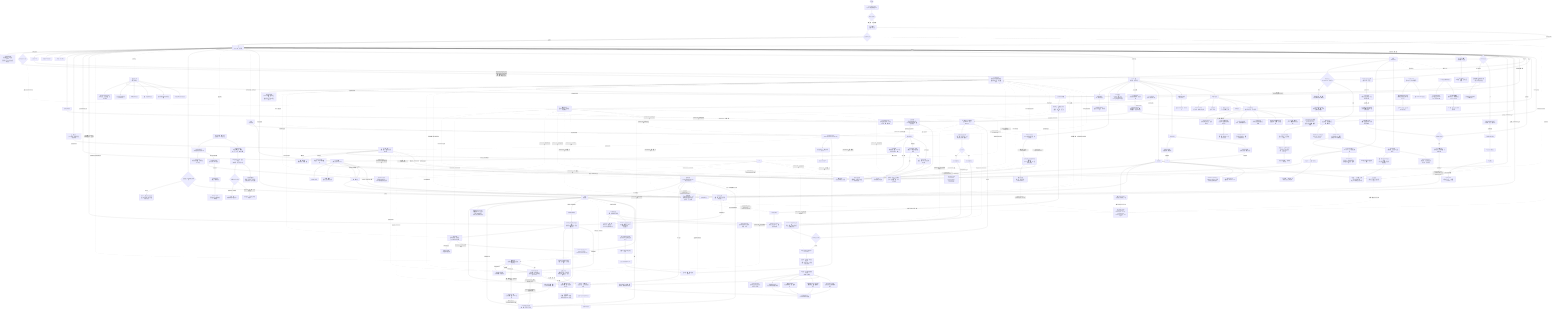
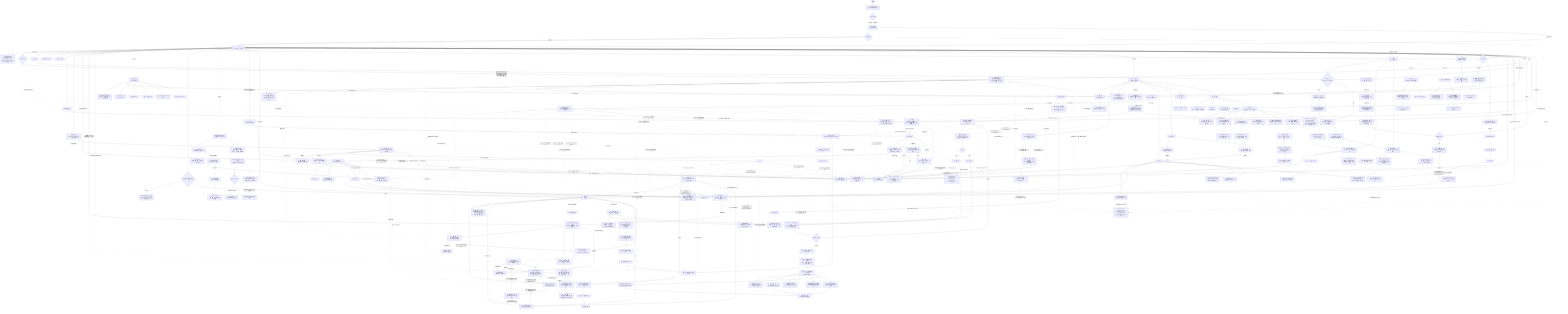
flowchart TD
    %% Visual source of truth: docs/design/WeatherON_UI_Design_Spec.md
    %% If this flowchart conflicts with mockups or the integrated design spec, follow the mockup/spec.
    A([앱 실행]) --> LANG["기기 언어 자동 적용<br/>ko/ja/en 지원 · 미지원 시 en"]
    LANG --> B{최초 실행 여부}
    B -->|최초 실행| SPLASH["A1 스플래시<br/>브랜드 1회 노출"]
    SPLASH --> TOKEN{유효 계정 토큰?}
    TOKEN -->|없음| D["홈<br/>(Guest 모드 · 하단 탭)"]
    TOKEN -->|있음| D
    TOKEN -.->|계정·권한·구독 복원| SESSION["SESSION STATE<br/>accountLinked · permissionReady · locationReady · premiumActive"]
    TOKEN -.->|설정 복원| SETTINGS["SETTINGS STATE<br/>styleProfileSaved · selectedStyles · fit · age · locationManaged<br/>smartCareEnabled · alert toggles"]
    SPLASH -->|프리뷰 홈 이동| D
    D --> NAV3["현재 런치 표면<br/>하단 탭 H1 홈 · G1 출발 · M1 MY<br/>확장 라우트는 구현 보존 · 런치 숨김"]
    D --> AUTHGATE{계정 필요 기능 탭?}
    AUTHGATE -->|계정 연결·코디 저장·옷장 저장·장소 저장·알림 추가·여행 저장·프리미엄·Weather Note 작성·날씨 제보 저장| AUTH2["A2 계정 연결<br/>계정 환경 기반 자동추천<br/>국가 선택 미노출 · 다른 방법 보기"]
    AUTH2 --> AUTH2s["계정 연결 상태<br/>(Route State에 호출 액션 유지<br/>검증용 정보는 실제 UI 비노출)"]
    AUTH2 -->|로그인 수단 선택| AUTH3["A3 약관 동의<br/>(필수 3종 + 선택 1종)"]
    AUTH2 -->|나중에| D
    AUTH3 -->|동의하고 계속| AUTH3s["계정 설정 완료<br/>(필수 약관 완료 · 원래 기능 복귀 예정)"]
    AUTH3 -->|일반 계정 연결 완료| D
    AUTH3s -.->|accountLinked 유지| SESSION
    AUTH3s -.->|실제 구현 원래 액션 복귀| AUTHGATE
    AUTH3s -.->|pendingAction=프리미엄 진입| SUB
    AUTH3s -.->|returnTo=P1 · resumeSave| P1s
    D -->|선택 온보딩| C[온보딩 시작]
    C --> CSTART["O1 선택 온보딩 스플래시<br/>(온보딩 시작 / 홈으로)"]
    CSTART -->|온보딩 시작| C0["온보딩 소개<br/>(4대 기능 한눈 비교 + 기능별 상세 안내)"]
    CSTART -->|홈으로| D
    C0 -->|알림 기준 보기| C4
    C2["O3 권한 복구<br/>(설정 진입 시 필요한 권한만 재요청)"]
    C2 -->|허용 또는 나중에 설정| C2s
    C2 -->|위치 거부| C1d["위치 거부 상태<br/>검색 위치·앱 내 안내 유지"]
    C2 -->|알림 거부| C2d["알림 거부 상태<br/>푸시 제한 · M2/M3에서 재요청"]
    C2s -.->|locationReady · permissionReady 유지| SESSION
    C2s -.->|기능별 권한 복구 완료| AUTH3s
    C3["스타일 태그·코디 핏·추천 연령대 선택<br/>(MVP 온보딩 제외 · MY 설정 진입 전용)"]
    C3 --> C3s["추천 기준 상태<br/>(태그 수 · 핏 · 연령대 · READY/WAIT)"]
    C3s -.->|styleProfileSaved · selectedStyles · fit · age| SETTINGS
    C4["O5 스마트 알림 기준 설정<br/>(주 사용 상황 1개 선택 + 자동 적용 요약)"]
    C4 --> C4s["알아서 챙기기 상태<br/>(상황 · 필수 날씨 ON · 목적지 확장 예정)"]
    C4s --> C5{목적지 등록 선택}
    C5 -->|건너뛰기| D
    C5 -->|등록| C6["O6 목적지 등록<br/>(선택 설정 + 목적지 알림 기준 세분화)"]
    C6 -->|목적지 등록| I
    B -->|기존 사용자| SPLASH

    D --> D1[현재 날씨 정보 표시]
    D --> D2["시간별 / 주간 예보"]
    D --> D3[위치 검색 · 변경]
    D3 --> D3s["LOCATION STATE<br/>선택 위치 · 검색어 · Guest 임시 검색 · 계정 저장 상태"]
    D3s -.->|새 위치 저장| AUTH2
    AUTH3s -.->|returnTo=H2 · 위치 저장 완료| D3s
    D3s --> D
    D --> D0s["홈 상태 요약<br/>(Guest 열람 · 위치 정상 · 알림 설정 전)"]
    D0s -->|알림 설정 전 탭| C2
    D -->|홈 코디 추천 카드 탭| E1
    D -->|홈 목적지 quick-action<br/>목적지 있음 G2 · 없음 P1| P1
    D -.->|목적지 허브 확장 · 런치 숨김| P3
    D -.->|벨 아이콘| K["알림 사이드바<br/>(우측 슬라이드)"]
    K --> Ks["NOTIFICATION STATE<br/>선택 알림 · 읽음/미읽음 · 딥링크 대상"]
    K -->|우산 추천 알림 탭| F

    D --> D4{강수 확률 높음?}
    D4 -->|예 + 미확인| D5["홈 화면에 우산 추천 카드 표시<br/>(실시간 의사결정 카드)"]
    D5 --> D5a["우산 추천 푸시/알림 이력<br/>(H3에 보관)"]
    D5 -->|카드 탭 · umbrellaSignalReviewed| F[우산 추천 상세 화면]
    F --> F1["추천 이유 · 시간대별 강수확률<br/>(강수량 · 지속시간 · 풍속 기준)"]
    F1 --> F2[우산 종류 비교]
    F2 --> Fs["UMBRELLA STATE<br/>추천 우산 · 강수 시간 · 알림 설정 전/준비"]
    F2 -.->|알림 설정 바로가기<br/>returnTo=H4 · alertFocus=umbrella| M2b
    M2b -.->|뒤로 · 알림 준비 반영| F2
    F -.->|열람 후 홈 복귀| D5b["홈 우산 카드는 숨김<br/>H3 알림 이력은 유지"]
    D5b --> D
    D4 -->|아니오| D

    D4 -->|예| D4a["강수 임박 필수 알림 발송<br/>(시작 시각 · 강도 · 그칠 시각)"]
    D4a -->|푸시알림 탭| D4b[강수 타임라인 화면]
    D4b --> D4c["30분 단위 강수량 차트"]
    D4c --> D4d[외출 가이드]
    D4d --> D4s["RAIN STATE<br/>시작/종료 시각 · 그침 알림 ON/OFF"]
    D4d -.->|알림 설정 바로가기<br/>returnTo=H5 · alertFocus=rain| M2c
    M2c -.->|뒤로 · 그침 알림 준비 반영| D4d

    D --> D6{알림 발송 시 목적지 등록 여부}
    D6 -->|미등록| D6a["Mode A: 생활 루틴 통합 알림<br/>(출근/외출 준비 + 자기 전 체크 자동 발송)"]
    D6 -->|등록함| I

    K --> K1["오늘의 외출 준비 알림<br/>(Mode A/B)"]
    K --> K2[비 예보 사전 알림]
    K --> K3["출발 · 신발 추천 알림"]
    K --> K4["자기 전 내일 날씨·코디 확인 알림"]
    K --> K5["폭염·한파·강풍 특보 알림"]

    D -.->|제보 버튼| CWR["커뮤니티 날씨 제보 CWR<br/>(홈 화면 · v2.0 · 독립 기능)"]
    CWR --> W1["W1 날씨 제보 홈<br/>(주변 제보 카드 · 보조 CTA)"]
    W1 --> W1s["CWR STATE<br/>미확정 주변 제보 · 상세 확인 · W2 진입"]
    W1 -->|지금 날씨 제보하기| W2["W2 탭 제보 화면<br/>(날씨 선택 · GPS 자동)"]
    W2 --> W2s["REPORT STATE<br/>선택 대기 · 위치 권한 · Guest/계정 제보 · 완료 처리"]
    W2s -.->|위치 권한 필요 · pendingAction=날씨 제보 저장| C2
    W2s -.->|배지/이력 저장| AUTH2
    C2s -.->|returnTo=W2 · GPS 제보 준비| W2s
    AUTH3s -.->|returnTo=W2 · 배지/이력 반영| W2s
    W2 -->|제보하기| W3["W3 제보 완료<br/>(신뢰도 · 배지 갱신)"]
    W3 --> W3s["BADGE STATE<br/>확정 제보 · 홈 오버레이 · 기여 레벨"]
    M --> W4["W4 제보 이력<br/>(MY · 반영 리포트)"]
    W4 --> W4s["HISTORY STATE<br/>제보 기록 · 확정률 · 지역 랭킹"]
    CWR --> CWR1["현재 날씨 선택<br/>☀ 맑음 · ⛅ 흐림 · 🌧 비 · 🌨 눈 · 💨 강풍 · 🌩 천둥번개"]
    CWR1 --> CWR2["GPS 위치 자동 감지 → 제보 완료<br/>(3초 이내 · 자동 만료 60분)"]
    CWR2 --> CWR3{신뢰도 검증 알고리즘}
    CWR3 -->|반경 500m · 3건 미만| CWR4["소프트 표시<br/>'주변 N명이 날씨 제보 중 👀'"]
    CWR3 -->|반경 500m · 3건 이상 + 기상청 정합| CWR5["확정 제보 → 홈 화면 오버레이 표시"]
    CWR2 --> CWR6["기여 배지 업데이트<br/>(새싹 → 관측자 → 리포터 → 동네 관측왕 → 날씨 도우미)"]

-     D -.->|코디 보조 흐름 · 런치 숨김| E["코디<br/>(확장 화면)"]
+     D -->|하단 코디 탭 · 비공개 테스트 포함| E["코디<br/>(정식 출시 후보 포함)"]
    E -->|내 옷장 관리 탭| E0[내 옷장 관리]
    E0 --> E0s["옷장 상태<br/>(아이템 수 · 필터 · Guest/계정 저장 상태 · 옷 추가)"]
    E0s -->|추천으로 복귀| E1
    E0 -->|+ 옷 등록| E0a["옷 등록<br/>(사진 · 카테고리 필수)"]
    E0 -.->|Guest 옷 추가·수정| AUTH2
    E0a --> E0a1["등록 상태<br/>(사진 선택 · 카테고리 · Guest/계정 저장 상태 · 저장 가능/대기)"]
    E0a1 -.->|Guest 옷 저장| AUTH2
    AUTH3s -.->|returnTo=C3 · 옷 저장 완료| E0a1
    E0a1 -->|저장 완료 후 옷장 복귀| E0
    E0 -->|아이템 탭| E0b["옷 목록 · 수정 · 삭제<br/>(수정은 C3 패턴 · 삭제 후 재계산)"]
    E0b -->|수정| E0a
    E0b -->|삭제| E0c
    E0 -->|등록 옷 없음| E0c["옷장 빈 상태<br/>(첫 옷 등록 CTA + 기본 룰 추천 안내)"]
    E0c --> E0a
    E --> E1["AI 코디 추천<br/>(날씨 근거형 Style Card)"]
    E1 --> E1s["추천 기준 상태<br/>(옷장 매칭 · 스타일 기준 · 저장 계정 필요)"]
    E1s -->|기준 수정 · returnTo=C1| C3
    C3 -.->|returnTo=C1 · styleProfileSaved| E1s
    E1s -.->|저장 계정 필요| AUTH2
    AUTH3s -.->|returnTo=C1 · 코디 저장 완료| E1s
    E1 --> E1a[추천 이유 설명]
    E1 --> E1b["대화형 재추천<br/>(채팅으로 스타일 요청)"]
    E1 -->|셔플 · outfitVariant 토글| E1s
    E1s -->|홈 복귀 · outfitVariant 유지| D
    E1 -->|코디 카드·상세 보기 탭| E2[코디 상세 보기]
    E2 -->|뒤로| E1
    E2 --> E2s["상세 상태<br/>(실제 의류 Outfit Hero · 시간대 착용 판단 · 재추천 반영 · 저장 전 · 공유 준비)"]
    E2s -->|C1 복귀 · outfitVariant 전달| E1
    E2s -->|홈 복귀 · outfitVariant 유지| D
    E2s -.->|저장 계정 필요| AUTH2
    E2 --> E3[코디 저장 / 공유]
    E3 -.->|계정 미연결 시 저장 탭| AUTH2
    AUTH3s -.->|returnTo=C4 · 코디 저장 완료| E2s

    D -->|하단 출발 탭| I["출발<br/>(하단 탭)"]
    I --> I0["오늘 알아서 챙기는 중<br/>(저장 목적지 요약 + 출발/신발/우산)"]
    I --> I0e["목적지 없음 empty state<br/>목적지 추가 CTA + 출발 시간 · 비 그침 이점 카드<br/>장식은 낮은 대비로 보조"]
    I0 --> I0s["출발 상태<br/>(목적지 수 · 케어 ON 수 · 케어 적용 범위 · G2/P1 연결)"]
    I -->|목적지 카드 탭| G2["G2 목적지 알림 상세<br/>(날씨 비교 + 출발시간 역산)"]
    G2 -->|뒤로| I
    G2 --> G2s["케어 상태<br/>(GUEST/PERM/READY/ON + 다음 알림 요약)"]
    G2s -->|G1 목록으로| I
    G2s -->|알림 설정<br/>returnTo=G2 · alertFocus=destination| M2b
    G2s -.->|Guest 케어 ON · returnTo=G2| AUTH2
    G2s -.->|알림 권한 확인 · returnTo=G2| C2
    AUTH3s -.->|returnTo=G2 · destination 유지| G2s
    C2s -.->|returnTo=G2 · resumeCare| G2s
    M2b -.->|뒤로 · 목적지 컨텍스트 유지| G2s
    G2s -->|ON 저장| I4
    G2s -.->|공유 케어 상태 반영| I0
    I -->|검색창·+ 목적지 추가| I1[목적지 검색 · 추가]
    I1 --> P1["목적지 입력 · 카테고리 자동 인식<br/>(회사/학교/공항/숙소 + 장소 카테고리)"]
    P1 --> P1s["추가 상태<br/>(검색 결과 수 · 선택됨 · Guest/계정 저장 상태)"]
    P1s -->|검색 결과 없음| P1e["검색 없음 상태<br/>(전체 보기 · 재검색)"]
    P1s -.->|Guest 영구 저장| AUTH2
    P1s -->|계정 연결 후 목적지 알림에 추가| P1save["Saved Destination List<br/>(G1/P3 공통 목록 + Destination Care State ON)"]
    P1save --> I
    P1save -.-> P3
    P1 --> I2["출발지 vs 목적지 날씨 비교<br/>(기온 · 날씨 · 바람 · 강수 차이)"]
    I2 --> I3["출발시간 역산<br/>(이동수단 선택 + 도착 희망 직접 입력 − 소요시간 − 자동 여유시간)"]
    I3 --> I4["Mode B: 목적지 알림<br/>(출발 · 신발 · 우산 알림 자동 조정)"]
    I4 --> I5["출발 10분 전 신발 추천 알림"]
    I5 --> I6[출발 시각 알림]
    P1 --> P2["카테고리 전용 준비 가이드<br/>(등록 목적지 기반 확장)"]
    P2 --> P2s["준비 가이드 상태<br/>(등록 목적지 기준 · G2/P3 연결)"]
    P2s -->|목적지 알림 보기 · selectedDestination 유지| G2
    P2s -->|다른 목적지 보기 · 필터 목록 복귀| P3
    I -.->|런치 숨김 · 확장 허브| P3["목적지 필터<br/>(카테고리별 목적지 알림/준비 가이드)"]
    P3 -->|필터 결과 없음| P3e["빈 카테고리 상태<br/>(목적지 추가 · 전체 보기)"]
    P3e -->|목적지 추가| P1
    P3e -->|전체 보기| P3
    P3 -->|목적지 카드 탭| P3a["목적지 상세 상태<br/>(날씨 비교 + 준비 가이드 + 계정/권한 gate + 목적지 알림 ON/OFF)"]
    P3a -->|선택 목적지·상태 유지해 준비 가이드 보기| P2
    P3a -->|선택 목적지·상태 유지해 출발 케어 상세| G2
    P3a -.->|Guest 케어 저장| AUTH2
    P3a -.->|알림 권한 확인| C2
    AUTH3s -.->|returnTo=P3 · 선택 목적지 유지| P3a
    C2s -.->|returnTo=P3 · 권한 상태 반영| P3a
    P3a -->|뒤로| P3
    P3a -->|ON 저장| I4
    P3a -.->|공유 케어 상태 반영| I0

    I -.->|런치 숨김 · 확장| I7["G3 여행 일정<br/>(출발 탭 내 · 여행 플래너)"]
    I7 --> I7s["여행 플래너 상태<br/>(프리미엄 활성 · 공유 준비 · 미구독 시 G6)"]
    I7s -.->|미구독 CTA · returnTo=G3| SUB
    SUB -.->|returnTo=G3 · 공유/일정 액션 계속| I7s
    I7 --> I7s1["Scenario 1 · 일상 이동<br/>대중교통 + 도보 혼합 → Mode A/B 알아서 챙기기"]
    I7 --> I7s2["Scenario 2 · 당일·단기 도보<br/>코스 날씨 타임라인 + WCI + 최적 출발 시점<br/>(무료 제공)"]
    I7 --> I7s3["Scenario 3 · 장거리 국토종주<br/>서울→부산, 도쿄→오사카 등<br/>(프리미엄 전용)"]

    I7s2 --> G4C["G4 도보여행 코스 선택<br/>(한국 코스 DB : 올레길·둘레길 등)"]
    G4C --> G4T["구간별 시간대 날씨 타임라인 (F2)"]
    G4T --> G4W["도보 컨디션 지수 WCI (F3)"]
    G4W --> G4O["날씨 창 + 최적 출발 시점 추천 (F4)"]
    G4O --> G4S["COURSE STATE<br/>(GUEST/PERM/READY/LIMIT/ON)"]
    G4S -.->|Guest 코스 저장| AUTH2
    G4S -.->|알림 권한 확인| C2
    G4S -.->|무료 2개 초과| SUB
    AUTH3s -.->|returnTo=G4 · 선택 코스 유지| G4S
    C2s -.->|returnTo=G4 · 권한 상태 반영| G4S
    SUB -.->|returnTo=G4 · 프리미엄 활성| G4S
    G4S --> G4M["코스 저장 + D-7 날씨 모니터링 (F5)"]
    G4M -.-> G4R["위험 기상 경보 (F6)"]

    I7s3 --> AI_GATE{프리미엄 구독 여부}
    AI_GATE -->|미구독| SUB["G6 프리미엄 구독 페이월<br/>월간 ₩2,900 / 연간 ₩19,900"]
    SUB --> SUB1["깊이 분리 모델 안내<br/>(기능 동일 · 무료=기본 · 프리미엄=한도 확대+개인화)"]
    SUB1 --> SUB2{구독 선택}
    SUB2 -->|월간| SUB3[월간 결제 완료]
    SUB2 -->|연간| SUB4[연간 결제 완료]
    SUB3 -.->|premiumActive 유지| SESSION
    SUB4 -.->|premiumActive 유지| SESSION
    SUB3 --> I7s3
    SUB4 --> I7s3

    AI_GATE -->|구독 중| AI1["G5 국토종주 AI 플래너 (F8 · Premium)"]
    AI1 --> AI2["출발지 → 목적지 + 여행 일수 입력<br/>(서울→부산, 도쿄→오사카 등 자유 설정)"]
    AI2 --> AI3["AI 모델 — 구간별·일자별 날씨 분석<br/>(최대 14일 예보)"]
    AI3 --> AI3s["AI PLAN STATE<br/>(프리미엄 활성 · 알림 권한 · 저장/공유 상태)"]
    AI3 --> AI4["날짜별 날씨 요약<br/>기온·강수확률·체감온도·바람"]
    AI3 --> AI5["일자별 코디 추천<br/>기온 레이어링 + 우산 필요 여부"]
    AI3 --> AI6["전체 짐 체크리스트 자동 생성<br/>방수 장비·옷 조합·보조 배터리 등"]
    AI3 --> AI7["날씨 악화 구간 경보<br/>일정 조정 또는 대피 숙박지 제안"]
    AI3 --> AI8["예보 업데이트 시 재분석 알림<br/>(여정 중 기상 변화 즉시 반영)"]
    AI8 -.->|권한 전 · returnTo=G5| C2
    C2s -.->|returnTo=G5 · AI 플랜 알림/저장 계속| AI1
    AI4 & AI5 & AI6 & AI7 & AI8 --> AI9["AI 플랜 저장 · 공유<br/>(SAVED/SHARED 상태)"]

    D -->|하단 MY 탭| M["M1 MY 메인<br/>(하단 탭 · 설정 허브)"]
    D -.->|소셜 확장 · 런치 숨김| S["소셜<br/>(ON Square)"]
    M --> M0["PROFILE STATE<br/>Guest/계정 연결 · 플랜 · 최근 선택"]
    M --> MTONE["MY 상태 톤<br/>blocking=확인 · non-blocking=설정/정보<br/>Gold는 ON/활성/CTA 중심"]
    M0 -.->|Guest 계정 필요 액션| AUTH2
    M0 -->|스타일 태그 설정 · returnTo=M1| C3
    C3 -.->|returnTo=M1 · styleProfileSaved| M0
    M -->|프로필 편집| A4m["A4 계정 관리<br/>(연결 계정 · 데이터 · 위험 액션)"]
    A4m --> A4s["ACCOUNT STATE<br/>연결 계정 · 구독 활성 · 데이터 내보내기 · 위험 액션 확인"]
    A4s -->|구독 관리 · returnTo=A4| SUB
    A4s -->|로그아웃/탈퇴 확정| SIGNOUT["SESSION STATE 해제<br/>accountLinked=false · premiumActive=false<br/>계정 기반 저장/케어 데이터 초기화"]
    SIGNOUT -->|Guest 홈 복귀| D
    M --> M2[알림 설정]
    M2 --> M2a["스마트 알림 ON/OFF<br/>(권한 · 발송 상태 태그 2개)"]
    M2 --> M2q["빠른 액션<br/>(권한 관리 · 테스트 알림)"]
    M2 --> M2b["알림 종류 3행<br/>(필수 날씨 · 생활 루틴 · 목적지 출발)"]
    M2 --> M2c["고급 설정<br/>(세부 토글 · 피로도 제한 접힘)"]
    M2a & M2b & M2c -.->|스마트 알림/고급 토글 유지| SETTINGS
    M2 --> M2x["SHORTCUT CONTEXT<br/>(H4/H5/G2 진입 시 우산·비·목적지 알림 맥락 표시)"]
    M2q -->|권한 관리 · returnTo=M2| C2
    C2s -.->|returnTo=M2 · 알림 설정 복귀| M2q
    M2b -->|목적지 미등록| P1
    M2b -.->|목적지 저장/발송은 계정 필요| AUTH2
    AUTH3s -.->|returnTo=M2 · 알림 설정 복귀| M2b
    M --> M4["앱 권한 관리"]
    M4 --> M4a["위치 권한 상태<br/>(현재 위치 · 수동 위치)"]
    M4 --> M4b["알림 권한 상태<br/>(스마트 알림 · 테스트 알림)"]
    M4a -->|위치 변경| H2
    M4b -->|알림 설정| M2
    SUB -.->|returnTo=M1/A4 · premiumActive| M0
    M2 --> M2e["제보 알림 구독<br/>(저장 장소 · Premium · v2.0)"]
    M --> M5["커뮤니티 제보 이력<br/>(F6 · v2.1)"]
    M5 --> M5a["제보 기록 · 확정률 · 지역 랭킹"]
    M --> Z["M3 표시 설정"]
    Z --> Zs["DISPLAY STATE<br/>온도 · 거리 · 테마 · 투명 효과"]
    Z --> Z1["단위 설정<br/>(섭씨, m/km)"]
    Z --> Z3[테마 설정]
    Z --> R1["R1 정책 허브<br/>(개인정보 · 약관 · 광고 설정)"]
    R1 --> R1s["POLICY STATE<br/>선택 정책 · 문서 허브 · 설정 재진입"]
    R1 --> R2["R2 개인정보처리방침<br/>(광고 SDK · 위치정보 · 이용자 권리)"]
    R2 --> R2s["DOCUMENT STATE<br/>문서 타입 · 섹션 수 · A3 약관 동일 본문"]
    R1 --> R3["R3 광고 동의 관리<br/>(UMP · 맞춤/비개인화 광고)"]
    R3 --> R3s["CONSENT STATE<br/>동의 대기 · 맞춤 광고 · 비개인화 · 옵션 확인"]
    R1 --> R5["R5 이용약관<br/>(서비스 범위 · 회원/게스트 · 면책)"]
    R1 --> R6["R6 위치기반서비스 이용약관<br/>(현재 위치 · 목적지 · 동의 철회)"]
    R1 --> R7["R7 오픈소스 라이선스<br/>(SDK · 패키지 라이선스 고지)"]
    D --> R4["R4 홈 광고 배치<br/>(네이티브 AD 슬롯)"]
    R4 --> R4s["AD STATE<br/>AD 라벨 · 구분선 · 클릭/노출 상태"]

    %% ── 소셜 확장 · ON Square (런치 숨김) ─────────────────────────────────────
    S --> S0{최초 진입?<br/>ON Square Lite · 런칭 동시}
    S0 -->|최초| S0a["대표 마스코트 자동 부여<br/>원소 컴패니언 6종 미리보기"]
    S0a --> S0s["ON SQUARE STATE<br/>최초 진입 · 대표 부여 · 선택 컴패니언 미리보기"]
    S0s --> S1
    S0 -->|기존| S1["내 ON Square<br/>(오늘 미션 · 대표 마스코트 · 동행 컴패니언)"]
    S1 --> S1q["오늘의 날씨 미션<br/>체크인 · 제보 · 공감 중 1개 추천"]
    S1 --> S1m["대표 마스코트 상태 합성<br/>Base Idle + Weather + Event One-shot"]
    S1q --> S1a["1탭 체크인 → 컴패니언 반응 · XP/포인트 즉시 반영<br/>(폭우 → Rain / 35°C↑ → Solar 등)"]
    S1 --> S1s["SQUARE STATE<br/>오늘 미션 · 체크인 · 동네 도움 지표 · Note/리액션 진입"]
    S1a --> S1b["희귀 기상 이벤트 → 레어 배지 드랍"]

    S --> S2["Weather Note 지도<br/>(ON Square 도시 맵 위 실황 핀)"]
    S1s --> S2
    S2 --> S2a["핀 작성 — 날씨 + 로컬 메모 입력<br/>(GPS 위치 자동 태그 · 24시간 후 만료)"]
    S2a -.->|Guest 작성 탭| AUTH2
    S2a -.->|위치 권한 필요| C2
    AUTH3s -.->|returnTo=S2 · 작성 준비 완료| S2a
    C2s -.->|returnTo=S2 · 위치 제보 준비| S2a
    S2 --> S2b["핀 읽기 → '도움됨' 1탭 반응"]
    S2 --> S2s["NOTE STATE<br/>읽기 가능 · 작성 계정 필요 · 위치 제보 권한 필요 · 도움 지수"]
    S2b --> S2c["도움됨 누적 → 지역 도움 지수 상승 · 포인트 피드백"]
    S2 -.-> S2d["CWR(커뮤니티 날씨 제보)와 연계"]

    S --> S3["날씨 리액션<br/>(익명 연대 · 동일 날씨 유저 대상)"]
    S1s --> S3
    S3 --> S3a["현재 날씨 기반 리액션 자동 생성<br/>(폭우 '다들 고생중' / 폭염 '더위 연대' 등)"]
    S3a --> S3b["1탭 공감 → 익명 집계 + 컴패니언 보상 피드백<br/>'이 도시 N명이 같은 날씨 중'"]
    S3 --> S3s["REACTION STATE<br/>도시 선택 · 공감 전/완료 · 익명 동행 · 보상 반영"]

    S -.->|출시 후 v1.1| S4["Weather Mail<br/>(날씨 조건 트리거 타임캡슐)"]
    S4 --> S4a["메일 작성 + 수신 조건 설정<br/>(예: '다음 폭설 날 도착' / '1년 후 오늘')"]
    S4a --> S4b["날씨 API 트리거 → 조건 충족 시 자동 발송"]
    S4 --> S4c["받은 Weather Mail 보관함"]

    S -.->|출시 후 v1.1| S5["CP 적립 현황 / 아이템샵"]
    S5 --> S5a["CP 잔액 · 적립 내역<br/>(날씨 체크인 · Weather Note · 리액션 기여)"]
    S5 --> S5b["코스메틱 아이템샵<br/>(캐릭터 스킨 · 배지 · 이모트 · Pay-to-Win 없음)"]
    S5b --> S5c["CP 사용 또는 무료 획득 아이템 선택"]
